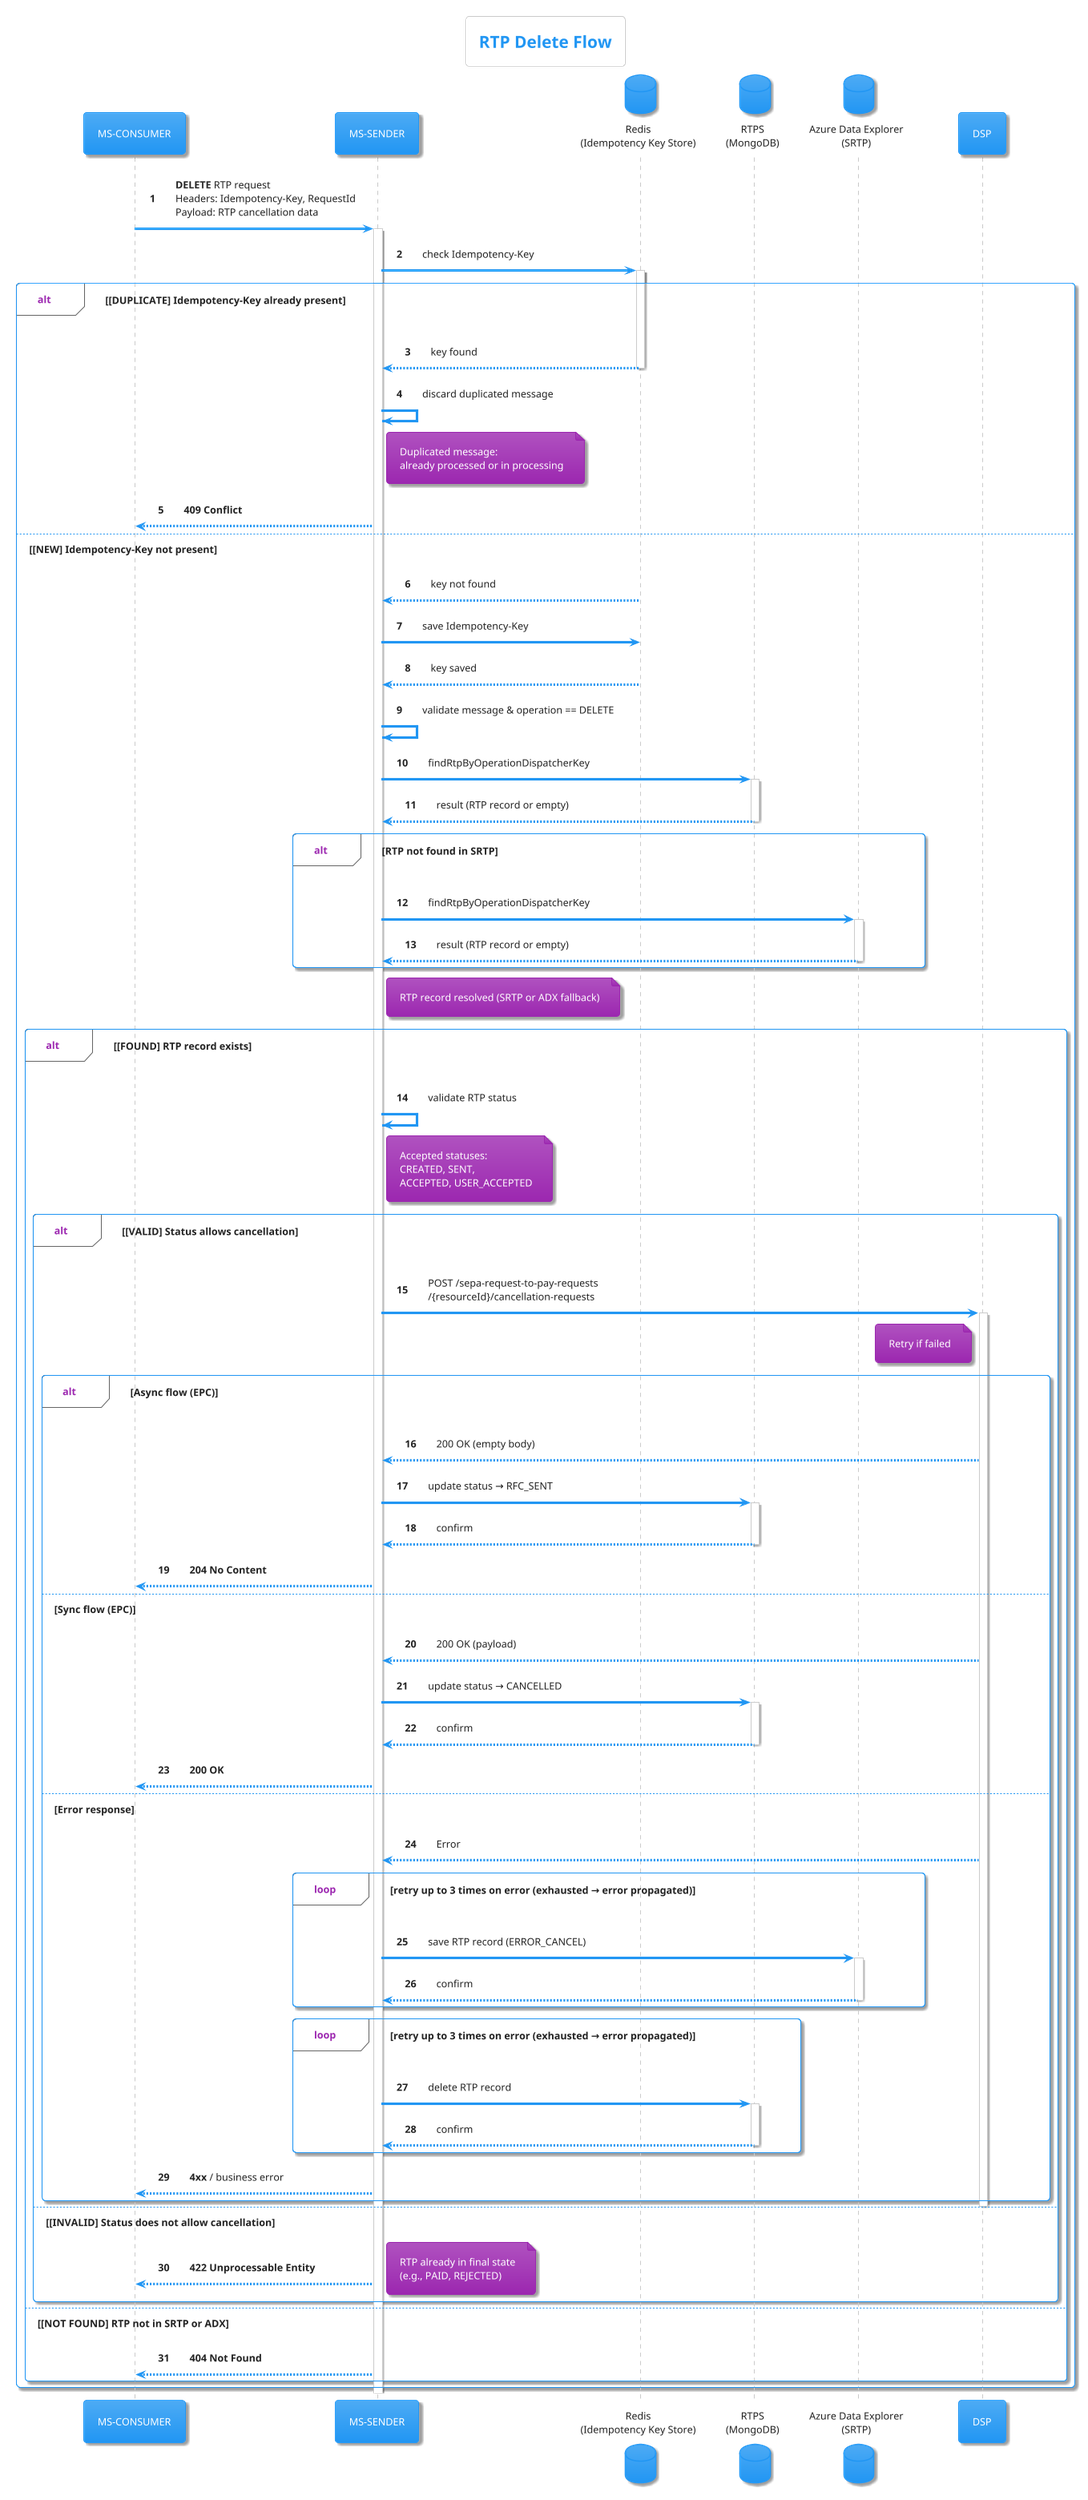
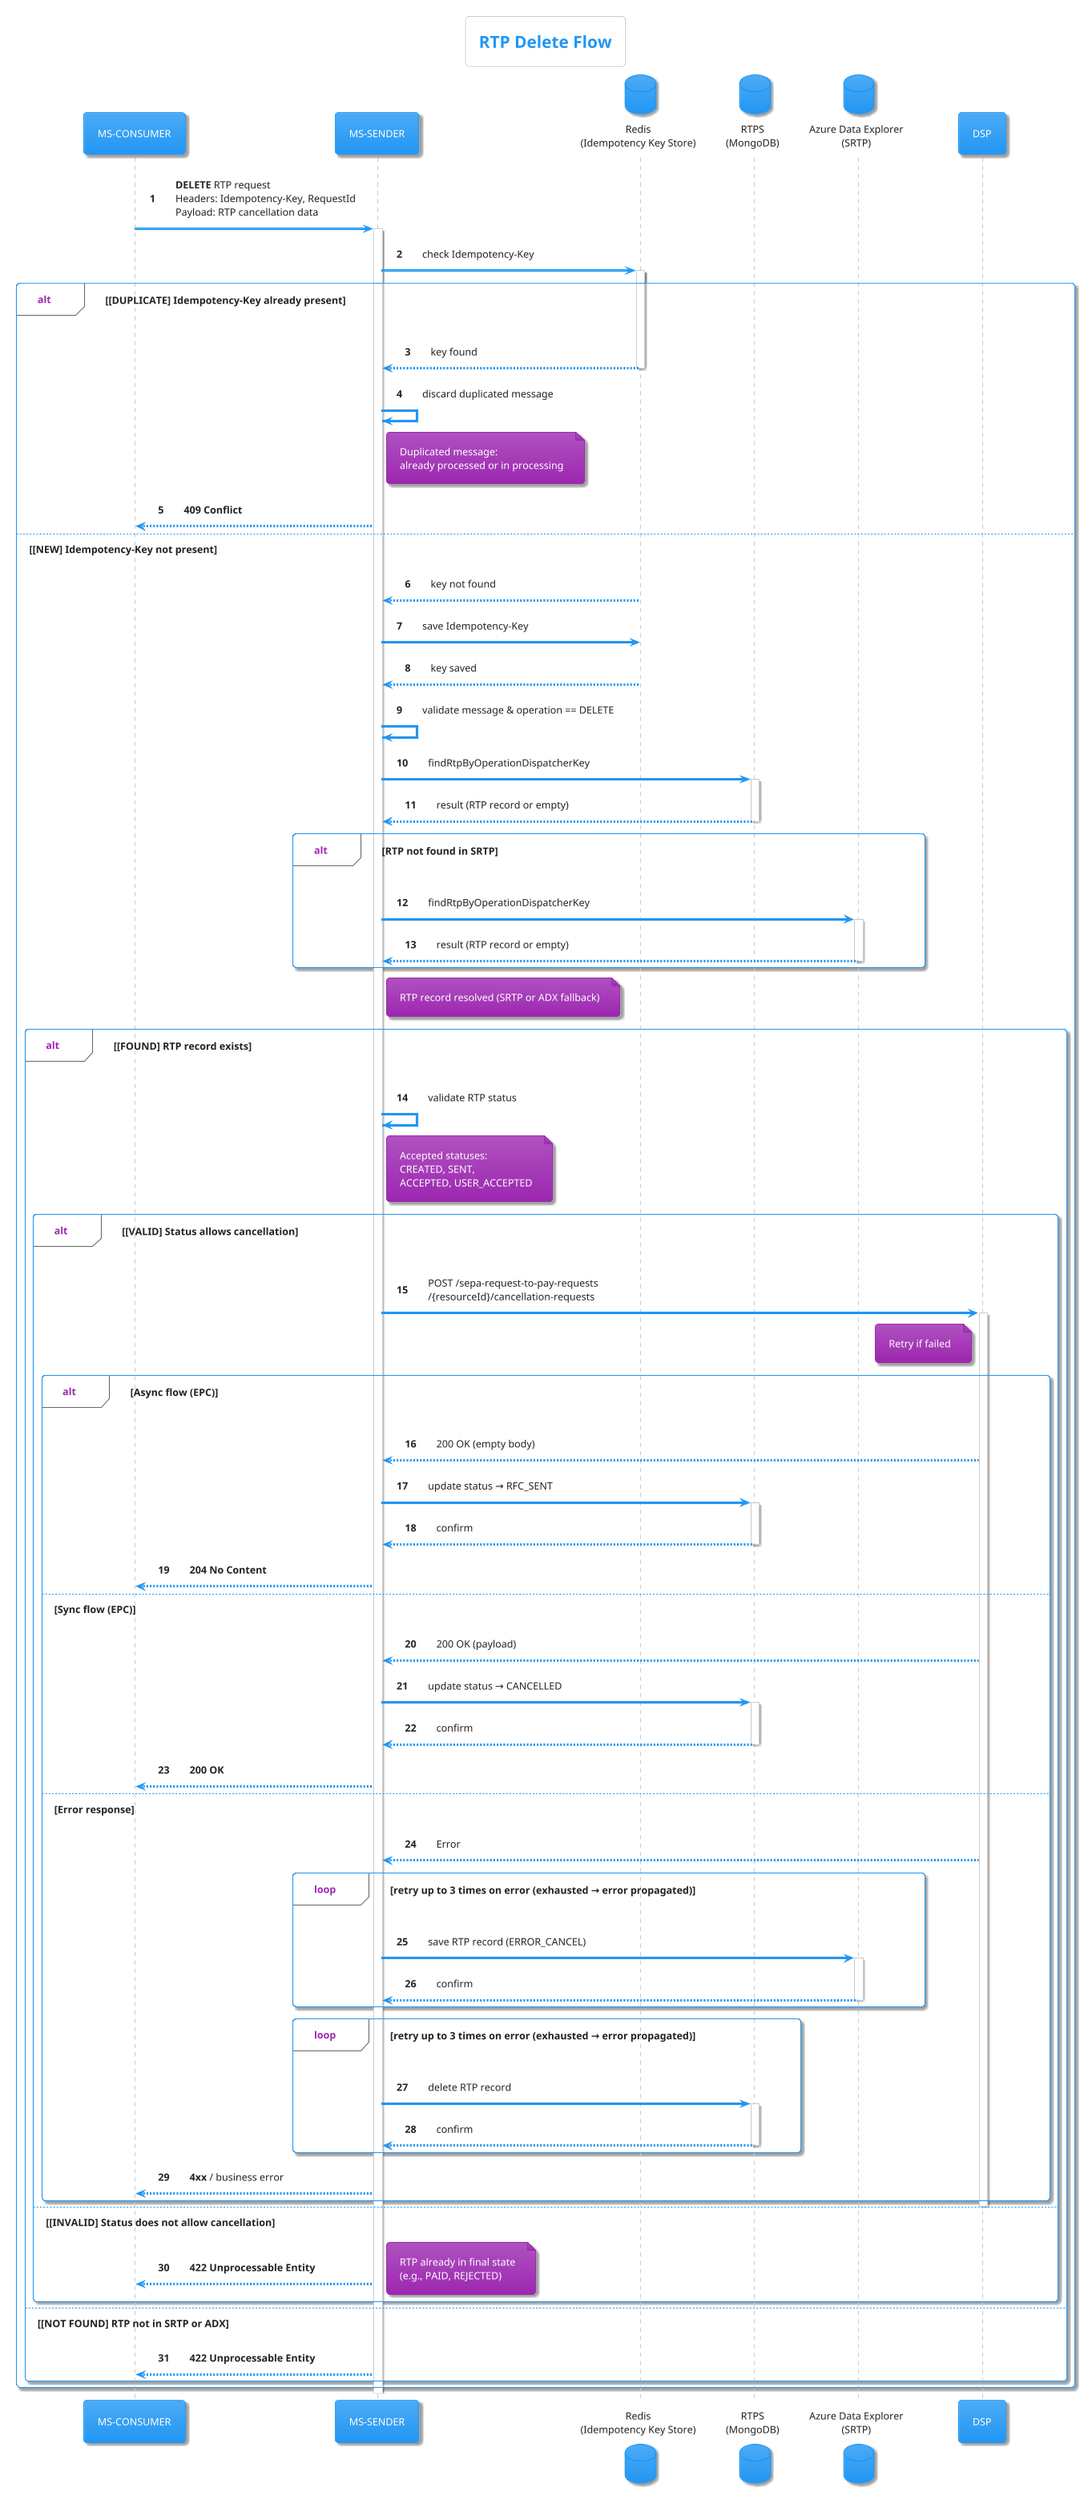
@startuml
' PlantUML Diagram for RTP Cancellation API
' Title: Unified RTP Cancellation Sequence Diagram
' Version: 1.0.0

!theme materia

title RTP Delete Flow

participant "MS-CONSUMER" as CONSUMER
participant "MS-SENDER" as SENDER
database "Redis\n(Idempotency Key Store)" as REDIS
database "RTPS\n(MongoDB)" as SRTP
database "Azure Data Explorer\n(SRTP)" as ADX
participant "DSP" as DSP

autonumber

CONSUMER -> SENDER: **DELETE** RTP request\nHeaders: Idempotency-Key, RequestId\nPayload: RTP cancellation data
activate SENDER

SENDER -> REDIS: check Idempotency-Key
activate REDIS

alt **[DUPLICATE] Idempotency-Key already present**
    REDIS --> SENDER: key found
    deactivate REDIS
    SENDER -> SENDER: discard duplicated message
    note right of SENDER
      Duplicated message:
      already processed or in processing
    end note
    SENDER --> CONSUMER: **409 Conflict**

else **[NEW] Idempotency-Key not present**
    REDIS --> SENDER: key not found
    SENDER -> REDIS: save Idempotency-Key
    REDIS --> SENDER: key saved
    deactivate REDIS

    SENDER -> SENDER: validate message & operation == DELETE

    SENDER -> SRTP: findRtpByOperationDispatcherKey
    activate SRTP
    SRTP --> SENDER: result (RTP record or empty)
    deactivate SRTP

    alt **RTP not found in SRTP**
        SENDER -> ADX: findRtpByOperationDispatcherKey
        activate ADX
        ADX --> SENDER: result (RTP record or empty)
        deactivate ADX
    end
    note right of SENDER: RTP record resolved (SRTP or ADX fallback)

    alt **[FOUND] RTP record exists**

        SENDER -> SENDER: validate RTP status
        note right of SENDER
          Accepted statuses:
          CREATED, SENT,
          ACCEPTED, USER_ACCEPTED
        end note

        alt **[VALID] Status allows cancellation**
            SENDER -> DSP: POST /sepa-request-to-pay-requests\n/{resourceId}/cancellation-requests
            activate DSP
            note left of DSP: Retry if failed

            alt **Async flow (EPC)**
                DSP --> SENDER: 200 OK (empty body)
                SENDER -> SRTP: update status → RFC_SENT
                activate SRTP
                SRTP --> SENDER: confirm
                deactivate SRTP
                SENDER --> CONSUMER: **204 No Content**

            else **Sync flow (EPC)**
                DSP --> SENDER: 200 OK (payload)
                SENDER -> SRTP: update status → CANCELLED
                activate SRTP
                SRTP --> SENDER: confirm
                deactivate SRTP
                SENDER --> CONSUMER: **200 OK**

            else **Error response**
                DSP --> SENDER: Error
                loop **retry up to 3 times on error (exhausted → error propagated)**
                    SENDER -> ADX: save RTP record (ERROR_CANCEL)
                    activate ADX
                    ADX --> SENDER: confirm
                    deactivate ADX
                end
                loop **retry up to 3 times on error (exhausted → error propagated)**
                    SENDER -> SRTP: delete RTP record
                    activate SRTP
                    SRTP --> SENDER: confirm
                    deactivate SRTP
                end
                SENDER --> CONSUMER: **4xx** / business error
            end

            deactivate DSP

        else **[INVALID] Status does not allow cancellation**
            SENDER --> CONSUMER: **422 Unprocessable Entity**
            note right: RTP already in final state\n(e.g., PAID, REJECTED)
        end

    else **[NOT FOUND] RTP not in SRTP or ADX**
-         SENDER --> CONSUMER: **404 Not Found**
+         SENDER --> CONSUMER: **422 Unprocessable Entity**
    end

end

deactivate SENDER

@enduml